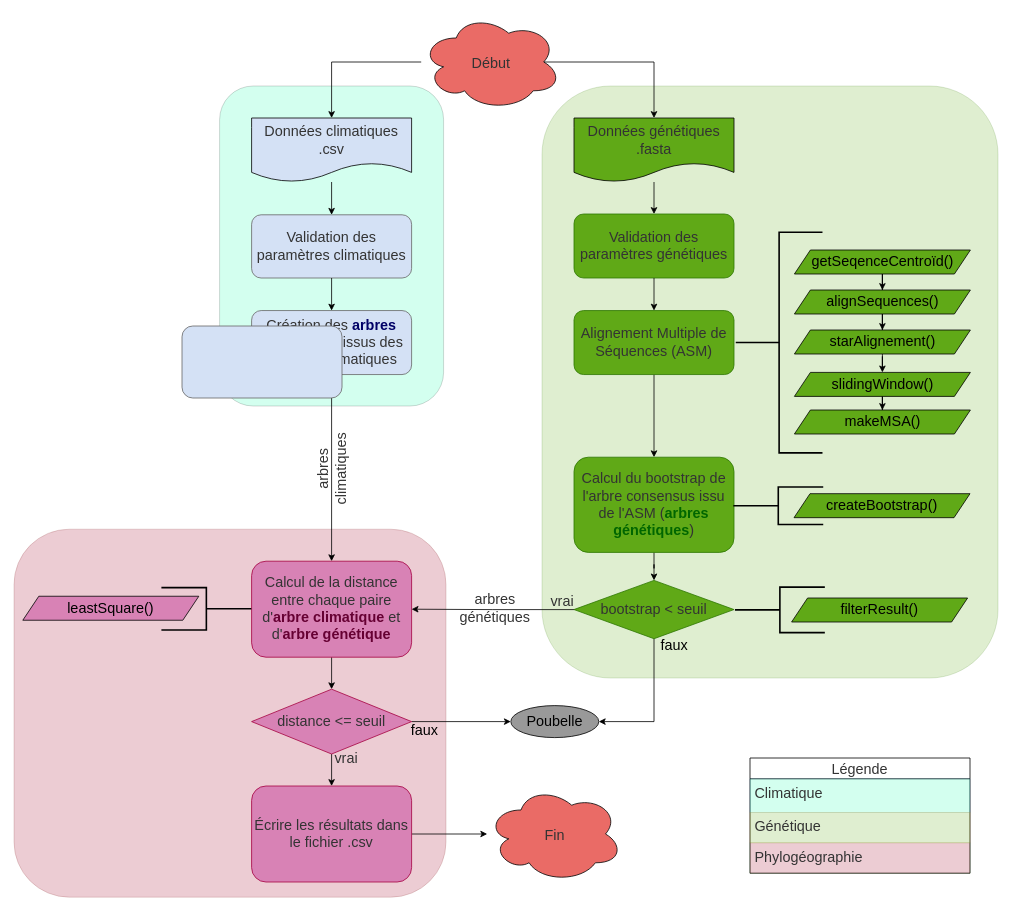
Above: page "Page-6" (6 of 6) of img/figure.drawio in tahiri-lab/aPhyloGeo (draw.io), before the change. Source tidied: cells renumbered, new cells numbered last; positions are measured from the earlier drawing's top-left corner, leaving out a move shared by most shapes. Both pictures are drawn from the tidied source at 80%, with x=0, y=0 at pixel (14, 14).
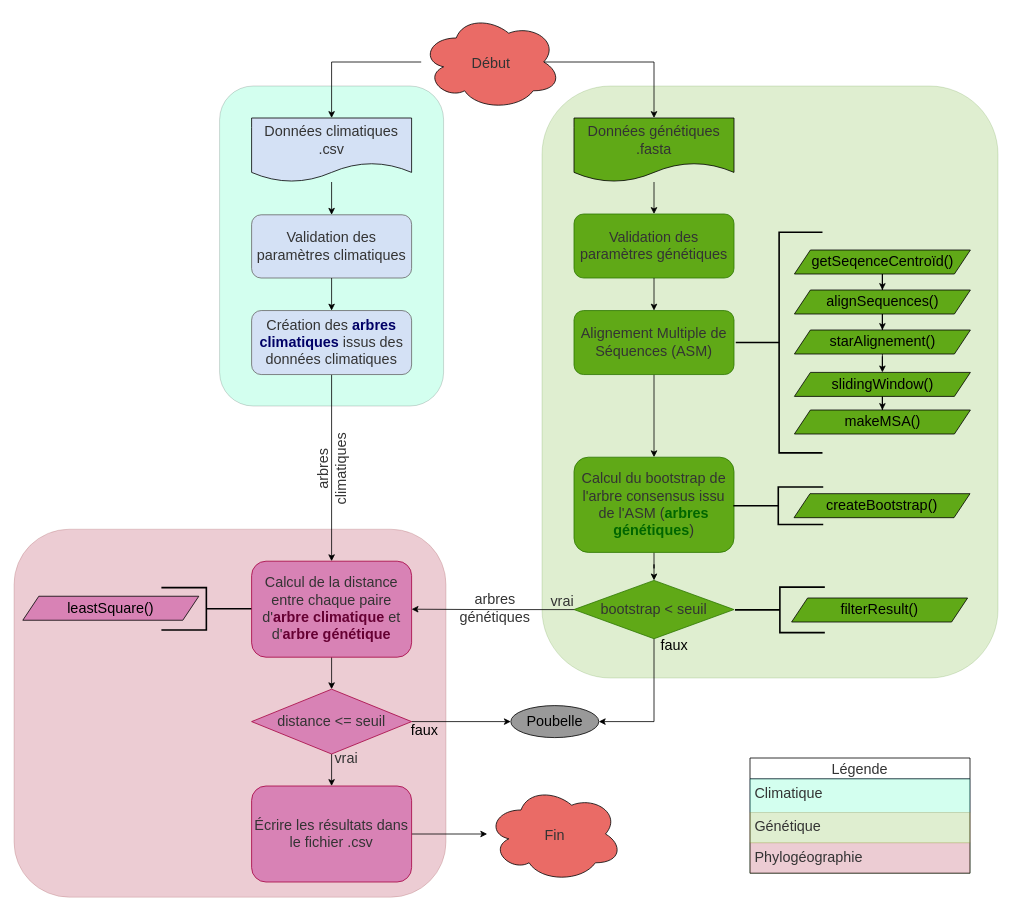
Above is the later version.

Change to the diagram source:
```diff
@@
-    <mxCell id="61" style="rounded=1;whiteSpace=wrap;html=1;strokeColor=#666666;fontColor=#333333;fillColor=#D4E1F5;fontSize=18;" parent="1" vertex="1">
-      <mxGeometry x="210" y="390" width="200" height="90" as="geometry" />
-    </mxCell>
```
